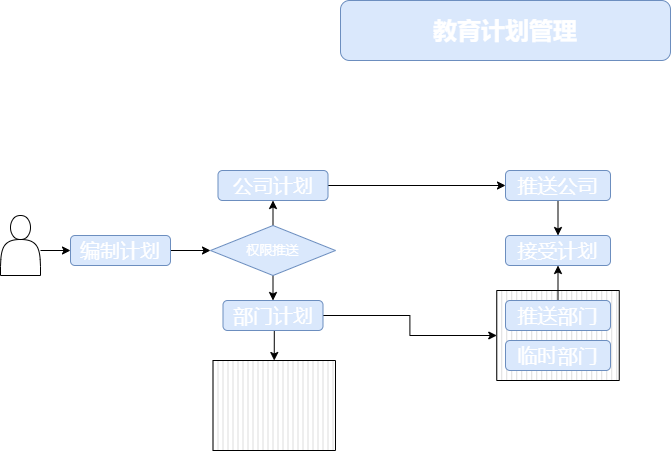
lenonjone/Toolkits keeps this draw.io diagram as Untitled Diagram.drawio.png. Above is the earlier version. Source tidied: cells renumbered, new cells last; positions are measured from the earlier drawing's top-left corner, leaving out a move shared by most shapes.
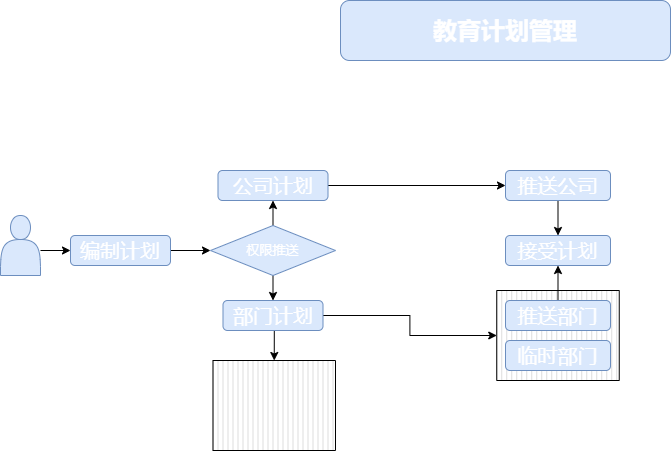
After the commit.

Change to the diagram source:
```diff
@@ -64,7 +64,7 @@
     <mxCell id="21" value="临时部门" style="rounded=1;whiteSpace=wrap;html=1;fillColor=#dae8fc;strokeColor=#6c8ebf;fontColor=#FFFFFF;fontStyle=0;fontSize=20;" parent="1" vertex="1">
       <mxGeometry x="505" y="340" width="105" height="30" as="geometry" />
     </mxCell>
-    <mxCell id="22" style="shape=actor;whiteSpace=wrap;html=1;fontSize=13;fontColor=#FFFFFF;" parent="1" vertex="1">
+    <mxCell id="22" style="shape=actor;whiteSpace=wrap;html=1;fontSize=13;fillColor=#dae8fc;strokeColor=#6c8ebf;" parent="1" vertex="1">
       <mxGeometry y="215" width="40" height="60" as="geometry" />
     </mxCell>
   </root>
```
